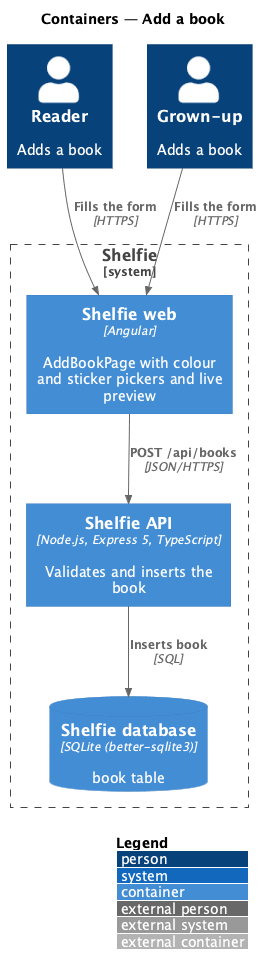
Earlier version of the PlantUML export docs/detailed-designs/books/add-book/diagrams/c4-container.png (QuinntyneBrown/shelfie).
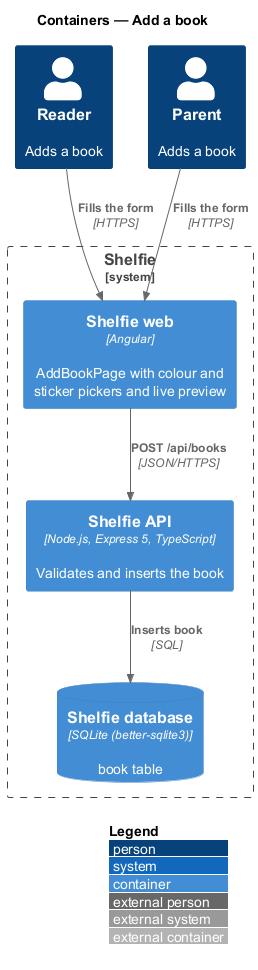
The same file after the commit.

Change to the diagram source:
```diff
@@ -4,7 +4,7 @@
 title Containers — Add a book
 
 Person(reader, "Reader", "Adds a book")
-Person(grownUp, "Grown-up", "Adds a book")
+Person(grownUp, "Parent", "Adds a book")
 System_Boundary(shelfie, "Shelfie") {
   Container(web, "Shelfie web", "Angular", "AddBookPage with colour and sticker pickers and live preview")
   Container(api, "Shelfie API", "Node.js, Express 5, TypeScript", "Validates and inserts the book")
```
